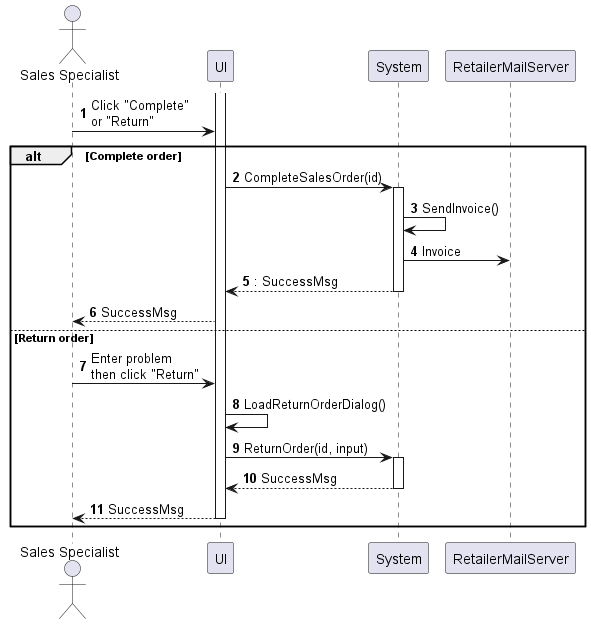
phihungha/scmss-reqs keeps this PlantUML diagram as sequences/sales-order-complete.png. Above is the earlier version.
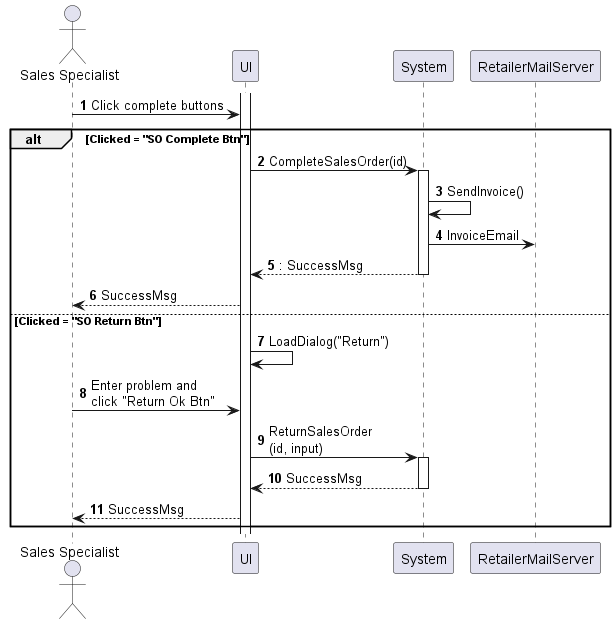
After the commit.

Diff of the diagram source:
```diff
@@ -8,22 +8,21 @@
 
 activate f
 
-a -> f : Click "Complete"\nor "Return"
+a -> f : Click complete buttons
 
-alt Complete order
+alt Clicked = "SO Complete Btn"
     f -> b : CompleteSalesOrder(id)
     activate b
     b -> b : SendInvoice()
-    b -> c : Invoice
+    b -> c : InvoiceEmail
     return : SuccessMsg
     f --> a : SuccessMsg
-else Return order
-    a -> f : Enter problem\nthen click "Return"
-    f -> f : LoadReturnOrderDialog()
-    f -> b : ReturnOrder(id, input)
+else Clicked = "SO Return Btn"
+    f -> f : LoadDialog("Return")
+    a -> f : Enter problem and\nclick "Return Ok Btn"
+    f -> b : ReturnSalesOrder\n(id, input)
     activate b
     return SuccessMsg
     f --> a : SuccessMsg
-    deactivate f
 end
 @enduml
```
